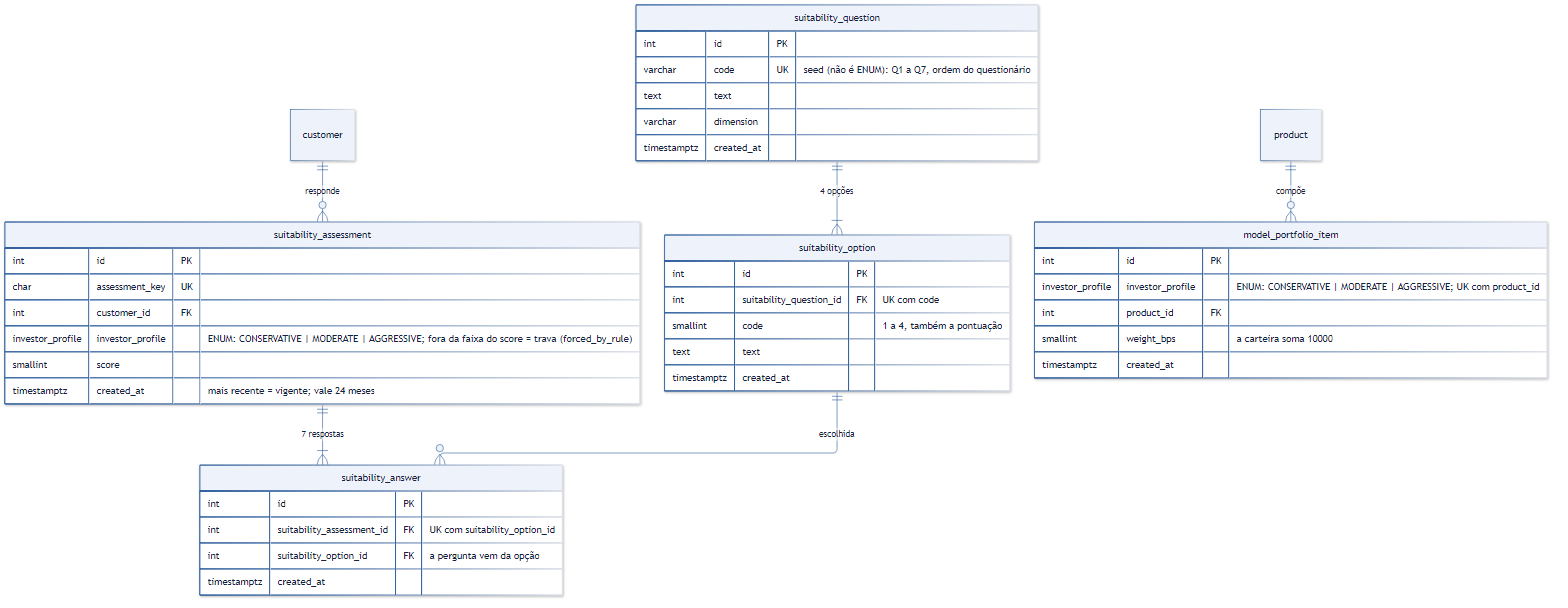
Above: docs/diagramas/er-perfil-e-carteira.png in heluylucas/bootcamp-qi-tech-presidas- (Mermaid), before the change. Its source is kept beside it as docs/diagramas/er-perfil-e-carteira.mmd.
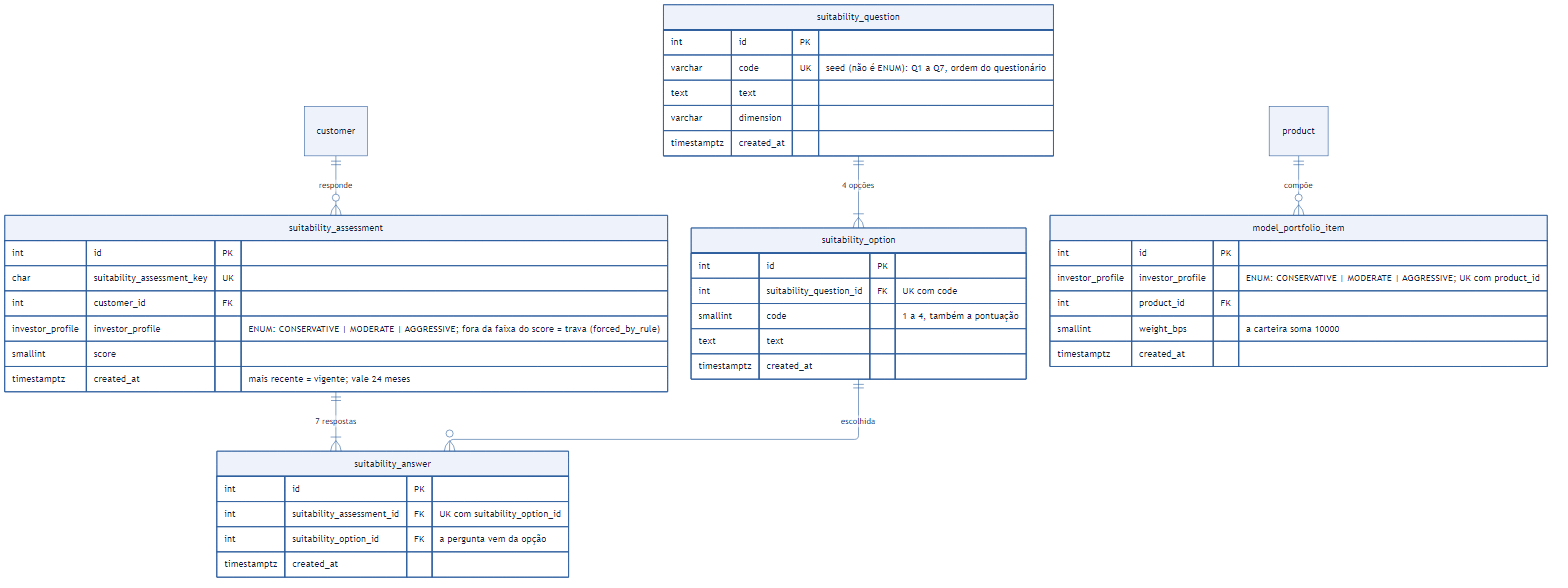
After the change.

Diff of the diagram source:
```diff
@@ -1,5 +1,6 @@
 ---
 config:
+  look: classic
   theme: base
   themeVariables:
     primaryColor: "#eef3fb"
@@ -39,7 +40,7 @@
     }
     suitability_assessment {
         int id PK
-        char assessment_key UK
+        char suitability_assessment_key UK
         int customer_id FK
         investor_profile investor_profile "ENUM: CONSERVATIVE | MODERATE | AGGRESSIVE; fora da faixa do score = trava (forced_by_rule)"
         smallint score
```
